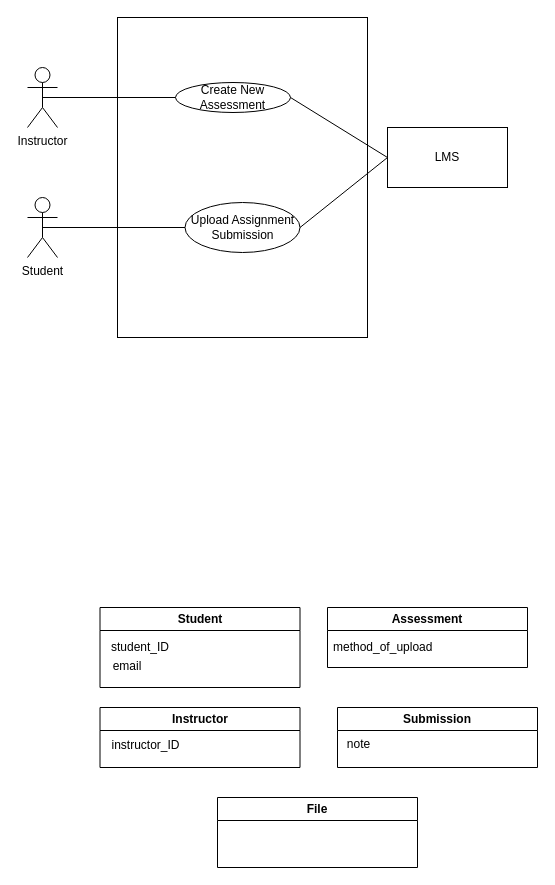
This is domain_model_Workshop_2.drawio from antonykimuom/SWEN30006-2025-SM1-workshop1-tuew05-14-00-team-12, a draw.io file, before an edit. Source tidied: cells renumbered, new cells numbered last; positions are measured from the earlier drawing's top-left corner, leaving out a move shared by most shapes. Both pictures are drawn from the tidied source at 100%, with x=0, y=0 at pixel (27, 17).
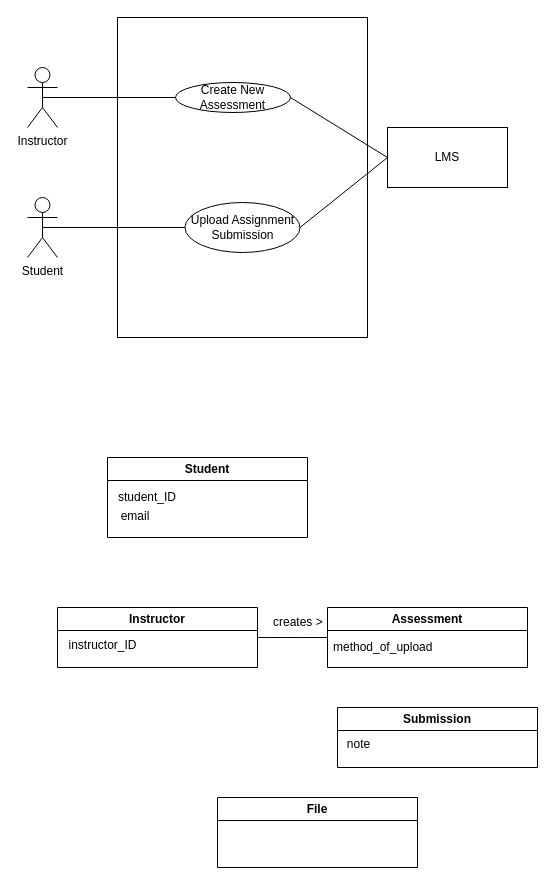
After the change.

Commit message:
created association between instructor and assessment

The change refers to these unchanged cells:
```xml
<mxCell id="17" value="Assessment" style="swimlane;whiteSpace=wrap;html=1;" parent="1" vertex="1">
  <mxGeometry x="300" y="590" width="200" height="60" as="geometry" />
</mxCell>
```

The edit, as a diff of the source:
```diff
@@
     <mxCell id="12" value="Student" style="swimlane;whiteSpace=wrap;html=1;" parent="1" vertex="1">
-      <mxGeometry x="72.5" y="590" width="200" height="80" as="geometry" />
+      <mxGeometry x="80" y="440" width="200" height="80" as="geometry" />
     </mxCell>
@@
     <mxCell id="15" value="Instructor" style="swimlane;whiteSpace=wrap;html=1;" parent="1" vertex="1">
-      <mxGeometry x="72.5" y="690" width="200" height="60" as="geometry" />
+      <mxGeometry x="30" y="590" width="200" height="60" as="geometry" />
     </mxCell>
@@
+    <mxCell id="22" style="endArrow=none;html=1;rounded=0;fontSize=12;startSize=8;endSize=8;curved=1;entryX=0;entryY=0.5;entryDx=0;entryDy=0;" parent="1" edge="1" target="17">
+      <mxGeometry relative="1" as="geometry">
+        <mxPoint x="230" y="620" as="sourcePoint" />
+      </mxGeometry>
+    </mxCell>
+    <mxCell id="23" value="creates &amp;gt;" style="text;strokeColor=none;fillColor=none;align=left;verticalAlign=middle;spacingLeft=4;spacingRight=4;overflow=hidden;whiteSpace=wrap;html=1;" parent="1" vertex="1">
+      <mxGeometry x="240" y="590" width="80" height="30" as="geometry" />
+    </mxCell>
```
